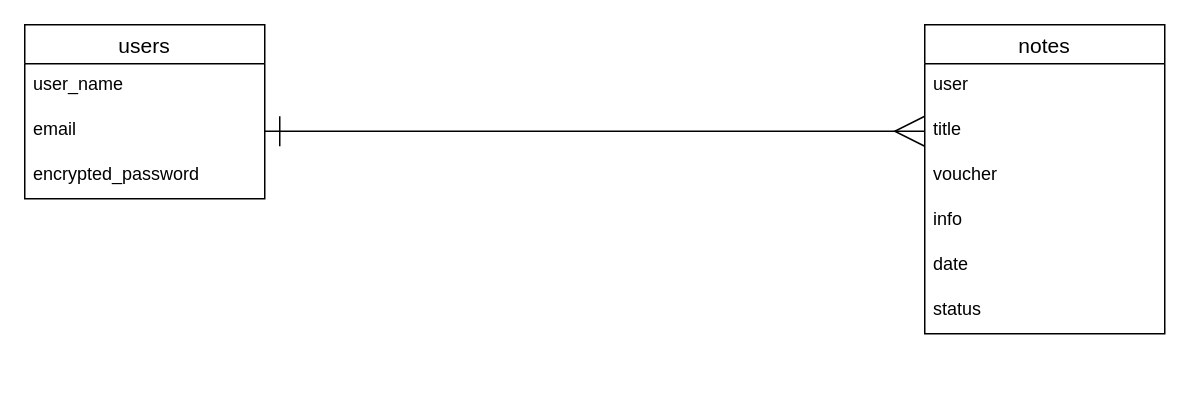
This is OTOQS_ER.dio from DaiC-S/otoqs, a draw.io file, before an edit. Source tidied: cells renumbered, new cells numbered last; positions are measured from the earlier drawing's top-left corner, leaving out a move shared by most shapes. Both pictures are drawn from the tidied source at 150%, with x=0, y=0 at pixel (24, 24).
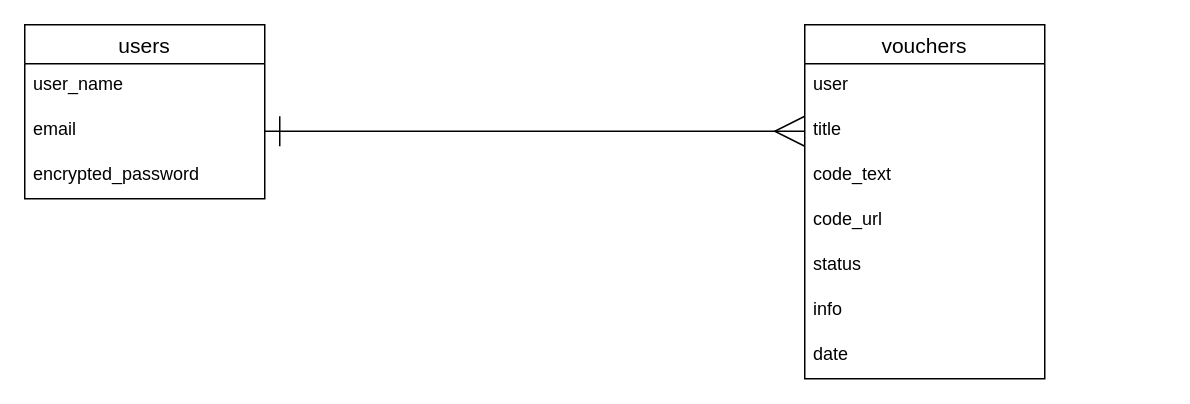
Above is the later version.

Change to the diagram source:
```diff
@@
 <mxGraphModel>
   <root>
     <mxCell id="0" />
     <mxCell id="1" parent="0" />
     <mxCell id="2" value="users" style="swimlane;fontStyle=0;horizontal=1;startSize=26;align=center;fontSize=14;" parent="1" vertex="1">
       <mxGeometry width="160" height="116" as="geometry" />
     </mxCell>
     <mxCell id="3" value="user_name" style="text;strokeColor=none;fillColor=none;spacingLeft=4;spacingRight=4;overflow=hidden;fontSize=12;" parent="2" vertex="1">
       <mxGeometry y="26" width="160" height="30" as="geometry" />
     </mxCell>
     <mxCell id="4" value="email" style="text;strokeColor=none;fillColor=none;spacingLeft=4;spacingRight=4;overflow=hidden;points=[[0,0.5],[1,0.5]];portConstraint=eastwest;fontSize=12;" parent="2" vertex="1">
       <mxGeometry y="56" width="160" height="30" as="geometry" />
     </mxCell>
     <mxCell id="5" value="encrypted_password" style="text;strokeColor=none;fillColor=none;spacingLeft=4;spacingRight=4;overflow=hidden;fontSize=12;" parent="2" vertex="1">
       <mxGeometry y="86" width="160" height="30" as="geometry" />
     </mxCell>
-    <mxCell id="6" value="notes" style="swimlane;fontStyle=0;horizontal=1;startSize=26;align=center;fontSize=14;" parent="1" vertex="1">
-      <mxGeometry x="600" width="160" height="206" as="geometry" />
+    <mxCell id="6" value="vouchers" style="swimlane;fontStyle=0;horizontal=1;startSize=26;align=center;fontSize=14;" parent="1" vertex="1">
+      <mxGeometry x="520" width="160" height="236" as="geometry" />
     </mxCell>
     <mxCell id="7" value="user" style="text;strokeColor=none;fillColor=none;spacingLeft=4;spacingRight=4;overflow=hidden;fontSize=12;" parent="6" vertex="1">
       <mxGeometry y="26" width="160" height="30" as="geometry" />
     </mxCell>
     <mxCell id="8" value="title" style="text;strokeColor=none;fillColor=none;spacingLeft=4;spacingRight=4;overflow=hidden;points=[[0,0.5],[1,0.5]];portConstraint=eastwest;fontSize=12;" parent="6" vertex="1">
       <mxGeometry y="56" width="160" height="30" as="geometry" />
     </mxCell>
-    <mxCell id="9" value="voucher" style="text;strokeColor=none;fillColor=none;spacingLeft=4;spacingRight=4;overflow=hidden;fontSize=12;" parent="6" vertex="1">
-      <mxGeometry y="86" width="160" height="30" as="geometry" />
-    </mxCell>
+    <mxCell id="14" value="code_text" style="text;strokeColor=none;fillColor=none;spacingLeft=4;spacingRight=4;overflow=hidden;fontSize=12;" parent="6" vertex="1">
+      <mxGeometry y="86" width="160" height="30" as="geometry" />
+    </mxCell>
+    <mxCell id="15" value="code_url" style="text;strokeColor=none;fillColor=none;spacingLeft=4;spacingRight=4;overflow=hidden;fontSize=12;" parent="6" vertex="1">
+      <mxGeometry y="116" width="160" height="30" as="geometry" />
+    </mxCell>
+    <mxCell id="12" value="status" style="text;strokeColor=none;fillColor=none;spacingLeft=4;spacingRight=4;overflow=hidden;fontSize=12;" parent="6" vertex="1">
+      <mxGeometry y="146" width="160" height="30" as="geometry" />
+    </mxCell>
     <mxCell id="10" value="info" style="text;strokeColor=none;fillColor=none;spacingLeft=4;spacingRight=4;overflow=hidden;fontSize=12;" parent="6" vertex="1">
-      <mxGeometry y="116" width="160" height="30" as="geometry" />
+      <mxGeometry y="176" width="160" height="30" as="geometry" />
     </mxCell>
     <mxCell id="11" value="date" style="text;strokeColor=none;fillColor=none;spacingLeft=4;spacingRight=4;overflow=hidden;fontSize=12;" parent="6" vertex="1">
-      <mxGeometry y="146" width="160" height="30" as="geometry" />
+      <mxGeometry y="206" width="160" height="30" as="geometry" />
     </mxCell>
-    <mxCell id="12" value="status" style="text;strokeColor=none;fillColor=none;spacingLeft=4;spacingRight=4;overflow=hidden;fontSize=12;" parent="6" vertex="1">
-      <mxGeometry y="176" width="160" height="30" as="geometry" />
-    </mxCell>
     <mxCell id="13" style="edgeStyle=none;html=1;startArrow=ERmany;startFill=0;endArrow=ERone;endFill=0;strokeWidth=1;startSize=18;endSize=18;entryX=1;entryY=0.5;entryDx=0;entryDy=0;exitX=0;exitY=0.5;exitDx=0;exitDy=0;" parent="1" edge="1" source="8" target="4">
       <mxGeometry relative="1" as="geometry" />
     </mxCell>
   </root>
 </mxGraphModel>
```
